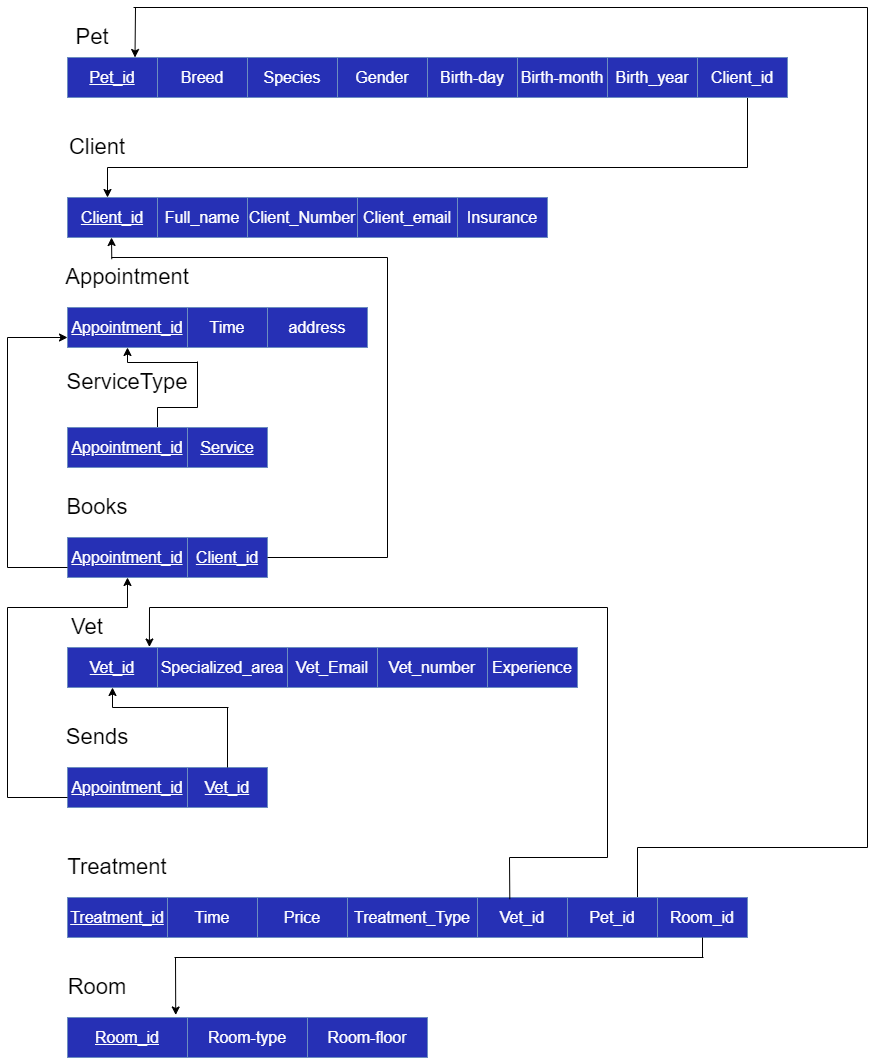
Above: RelationalSchemaPetClinic.drawio.png in tomztz/SQL-Pet-Clinic (draw.io), before the change. Source tidied: cells renumbered, new cells last; positions are measured from the earlier drawing's top-left corner, leaving out a move shared by most shapes.
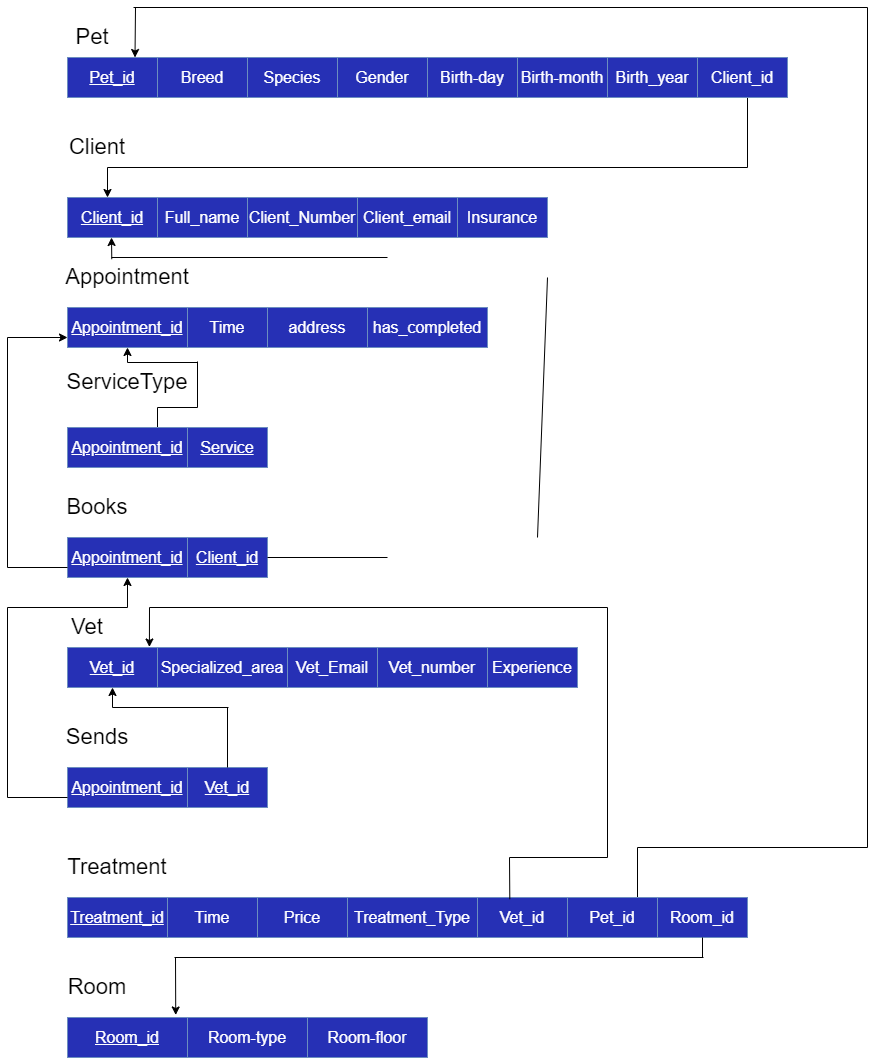
After the commit.

What changed in the source:
```diff
@@ -157,8 +157,8 @@
     </mxCell>
     <mxCell id="41" style="endArrow=none;html=1;rounded=0;fontSize=16;fontColor=#FFFFFF;" parent="1" edge="1">
       <mxGeometry relative="1" as="geometry">
-        <mxPoint x="380" y="550" as="sourcePoint" />
-        <mxPoint x="380" y="250" as="targetPoint" />
+        <mxPoint x="530" y="530" as="sourcePoint" />
+        <mxPoint x="540" y="270" as="targetPoint" />
       </mxGeometry>
     </mxCell>
     <mxCell id="42" style="endArrow=none;html=1;rounded=0;fontSize=16;fontColor=#FFFFFF;exitX=1;exitY=0.5;exitDx=0;exitDy=0;" parent="1" edge="1" source="35">
@@ -334,5 +334,8 @@
         <mxPoint x="695" y="950" as="sourcePoint" />
       </mxGeometry>
     </mxCell>
+    <mxCell id="83" value="&lt;font color=&quot;#ffffff&quot;&gt;&lt;span style=&quot;font-size: 16px&quot;&gt;has_completed&lt;/span&gt;&lt;/font&gt;" style="rounded=0;whiteSpace=wrap;html=1;fillColor=#2630B5;strokeColor=#6c8ebf;" parent="1" vertex="1">
+      <mxGeometry x="360" y="300" width="120" height="40" as="geometry" />
+    </mxCell>
   </root>
 </mxGraphModel>
```
